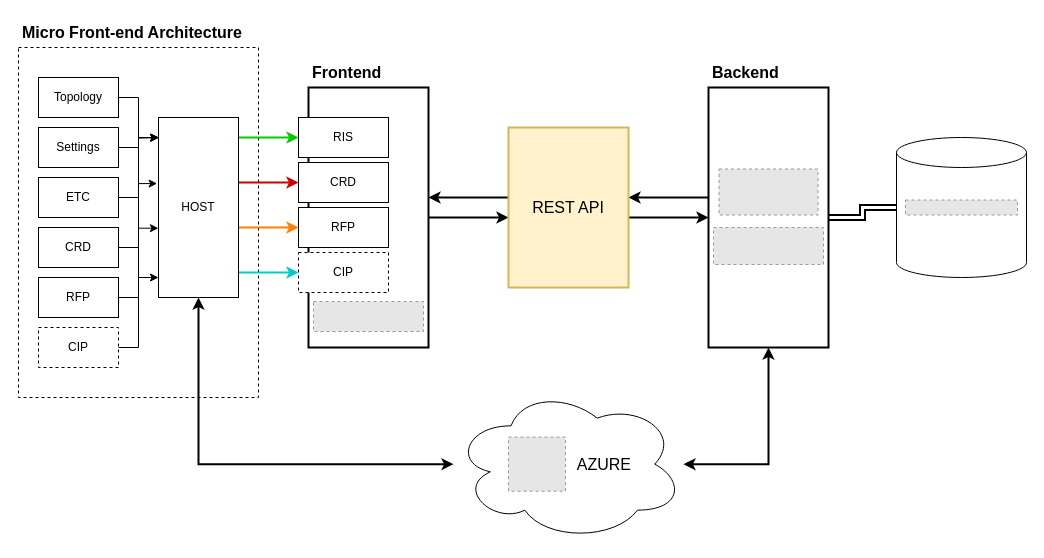
Above: app-architecture.drawio in mathudak/diagrams (draw.io), before the change. Source tidied: cells renumbered, new cells numbered last; positions are measured from the earlier drawing's top-left corner, leaving out a move shared by most shapes. Both pictures are drawn from the tidied source at 100%, with x=0, y=0 at pixel (18, 17). Pictures stored in the file or linked from it are replaced by grey dashed boxes.
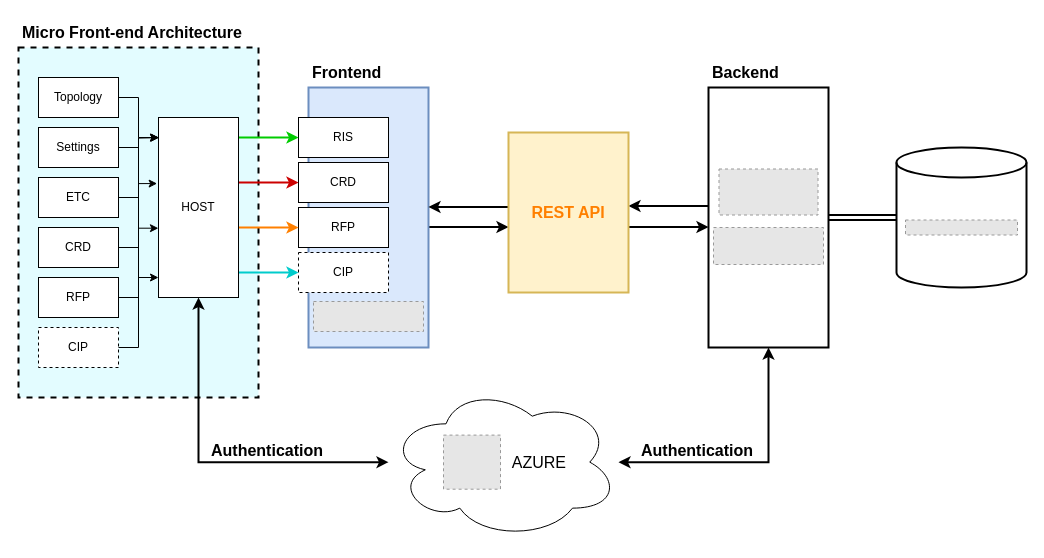
Above is the later version.

What changed in the source:
```diff
@@
-    <mxCell id="3" value="AZURE" style="ellipse;shape=cloud;whiteSpace=wrap;html=1;fontSize=16;align=right;spacingRight=50;" parent="1" vertex="1">
-      <mxGeometry x="435" y="370" width="230" height="153.3" as="geometry" />
-    </mxCell>
-    <mxCell id="4" style="whiteSpace=wrap;html=1;dashed=1;" parent="1" vertex="1">
+    <mxCell id="4" style="whiteSpace=wrap;html=1;dashed=1;fillColor=light-dark(#E3FCFF,#427B96);strokeWidth=2;" parent="1" vertex="1">
       <mxGeometry y="30" width="240" height="350" as="geometry" />
     </mxCell>
@@
-    <mxCell id="7" style="shape=cylinder3;whiteSpace=wrap;html=1;boundedLbl=1;backgroundOutline=1;size=15;fontSize=16;" parent="1" vertex="1">
-      <mxGeometry x="878" y="120" width="130" height="140" as="geometry" />
+    <mxCell id="7" style="shape=cylinder3;whiteSpace=wrap;html=1;boundedLbl=1;backgroundOutline=1;size=15;fontSize=16;strokeWidth=2;" parent="1" vertex="1">
+      <mxGeometry x="878" y="130" width="130" height="140" as="geometry" />
     </mxCell>
     <mxCell id="8" style="edgeStyle=orthogonalEdgeStyle;rounded=0;orthogonalLoop=1;jettySize=auto;html=1;entryX=0;entryY=0.5;entryDx=0;entryDy=0;strokeWidth=2;" parent="1" edge="1">
       <mxGeometry relative="1" as="geometry">
-        <mxPoint x="410" y="200" as="sourcePoint" />
-        <mxPoint x="490" y="200" as="targetPoint" />
+        <mxPoint x="410" y="209.5" as="sourcePoint" />
+        <mxPoint x="490" y="209.5" as="targetPoint" />
       </mxGeometry>
     </mxCell>
-    <mxCell id="9" style="whiteSpace=wrap;html=1;strokeWidth=2;" parent="1" vertex="1">
+    <mxCell id="9" style="whiteSpace=wrap;html=1;strokeWidth=2;fillColor=#dae8fc;strokeColor=#6c8ebf;" parent="1" vertex="1">
       <mxGeometry x="290" y="70" width="120" height="260" as="geometry" />
     </mxCell>
     <mxCell id="10" style="edgeStyle=orthogonalEdgeStyle;rounded=0;orthogonalLoop=1;jettySize=auto;html=1;entryX=1;entryY=0.5;entryDx=0;entryDy=0;strokeWidth=2;" parent="1" edge="1">
       <mxGeometry relative="1" as="geometry">
-        <mxPoint x="690" y="180" as="sourcePoint" />
-        <mxPoint x="610" y="180" as="targetPoint" />
+        <mxPoint x="690" y="188.5" as="sourcePoint" />
+        <mxPoint x="610" y="188.5" as="targetPoint" />
       </mxGeometry>
     </mxCell>
@@
     <mxCell id="12" style="edgeStyle=orthogonalEdgeStyle;rounded=0;orthogonalLoop=1;jettySize=auto;html=1;strokeWidth=2;" parent="1" edge="1">
       <mxGeometry relative="1" as="geometry">
-        <mxPoint x="610" y="200" as="sourcePoint" />
-        <mxPoint x="690" y="200" as="targetPoint" />
+        <mxPoint x="610" y="209.5" as="sourcePoint" />
+        <mxPoint x="690" y="209.5" as="targetPoint" />
       </mxGeometry>
     </mxCell>
     <mxCell id="13" style="edgeStyle=orthogonalEdgeStyle;rounded=0;orthogonalLoop=1;jettySize=auto;html=1;entryX=1;entryY=0.5;entryDx=0;entryDy=0;strokeWidth=2;" parent="1" edge="1">
       <mxGeometry relative="1" as="geometry">
-        <mxPoint x="490" y="180" as="sourcePoint" />
-        <mxPoint x="410" y="180" as="targetPoint" />
+        <mxPoint x="490" y="189.5" as="sourcePoint" />
+        <mxPoint x="410" y="189.5" as="targetPoint" />
       </mxGeometry>
     </mxCell>
-    <mxCell id="14" value="REST API" style="whiteSpace=wrap;html=1;fontSize=16;fillColor=#fff2cc;strokeColor=#d6b656;strokeWidth=2;" parent="1" vertex="1">
-      <mxGeometry x="490" y="110" width="120" height="160" as="geometry" />
+    <mxCell id="14" value="REST API" style="whiteSpace=wrap;html=1;fontSize=16;fillColor=#fff2cc;strokeColor=#d6b656;strokeWidth=2;fontStyle=1;fontColor=#FF8000;" parent="1" vertex="1">
+      <mxGeometry x="490" y="115" width="120" height="160" as="geometry" />
     </mxCell>
@@
-    <mxCell id="39" style="fillColor=#E6E6E6;strokeColor=#999999;dashed=1;verticalLabelPosition=bottom;labelBackgroundColor=default;verticalAlign=top;" parent="1" vertex="1">
-      <mxGeometry x="490" y="419.6" width="57" height="54.1" as="geometry" />
-    </mxCell>
@@
     <mxCell id="42" style="fillColor=#E6E6E6;strokeColor=#999999;dashed=1;verticalLabelPosition=bottom;labelBackgroundColor=default;verticalAlign=top;" parent="1" vertex="1">
-      <mxGeometry x="887" y="182.5" width="112" height="15" as="geometry" />
+      <mxGeometry x="887" y="202.5" width="112" height="15" as="geometry" />
     </mxCell>
@@
+    <mxCell id="44" style="group;" parent="1" vertex="1">
+      <mxGeometry x="370" y="368" width="230" height="153.3" as="geometry" />
+    </mxCell>
+    <mxCell id="3" value="AZURE" style="ellipse;shape=cloud;whiteSpace=wrap;html=1;fontSize=16;align=right;spacingRight=50;" parent="44" vertex="1">
+      <mxGeometry width="230" height="153.3" as="geometry" />
+    </mxCell>
+    <mxCell id="39" style="fillColor=#E6E6E6;strokeColor=#999999;dashed=1;verticalLabelPosition=bottom;labelBackgroundColor=default;verticalAlign=top;" parent="44" vertex="1">
+      <mxGeometry x="55" y="49.6" width="57" height="54.1" as="geometry" />
+    </mxCell>
+    <mxCell id="45" value="Authentication" style="text;html=1;align=left;verticalAlign=middle;whiteSpace=wrap;rounded=0;fontSize=16;fontStyle=1;spacingLeft=2;" parent="1" vertex="1">
+      <mxGeometry x="189" y="418" width="120" height="30" as="geometry" />
+    </mxCell>
+    <mxCell id="46" value="Authentication" style="text;html=1;align=left;verticalAlign=middle;whiteSpace=wrap;rounded=0;fontSize=16;fontStyle=1;spacingLeft=2;" parent="1" vertex="1">
+      <mxGeometry x="619" y="418" width="120" height="30" as="geometry" />
+    </mxCell>
```
